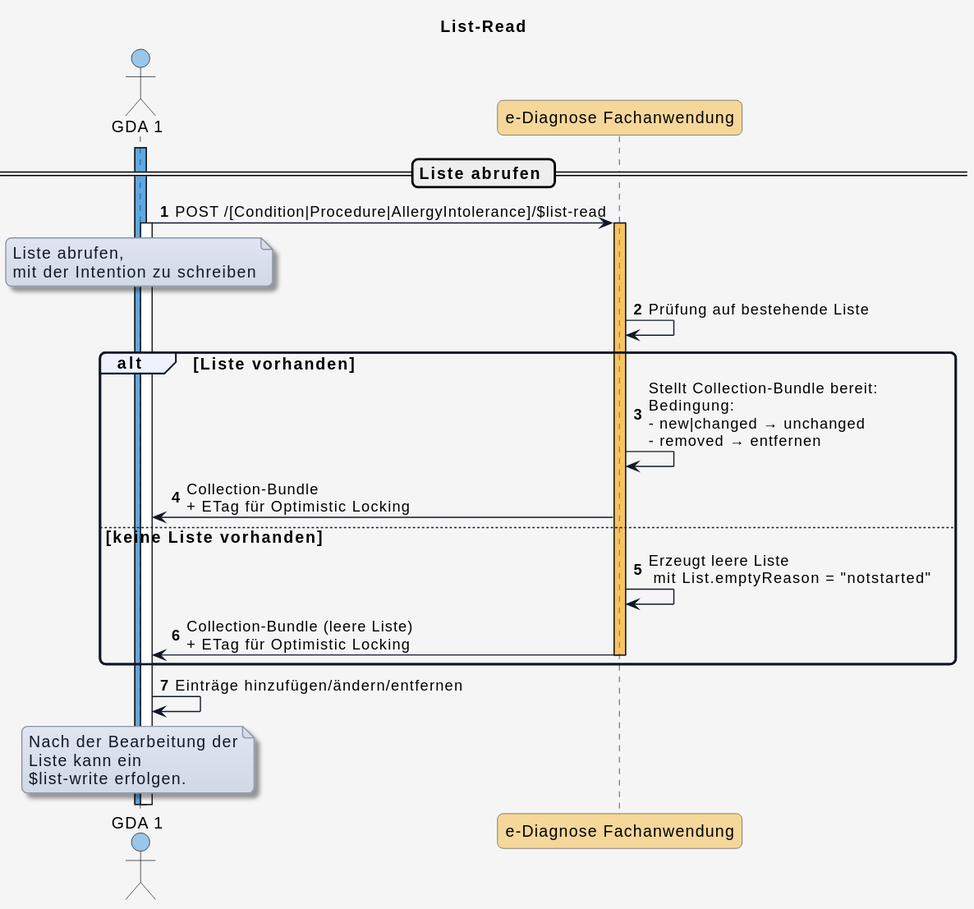
HL7Austria/ELGA-e-Diagnose-R4 keeps this PlantUML diagram as input/images/plantuml/diagram_read.svg. Above is the earlier version.
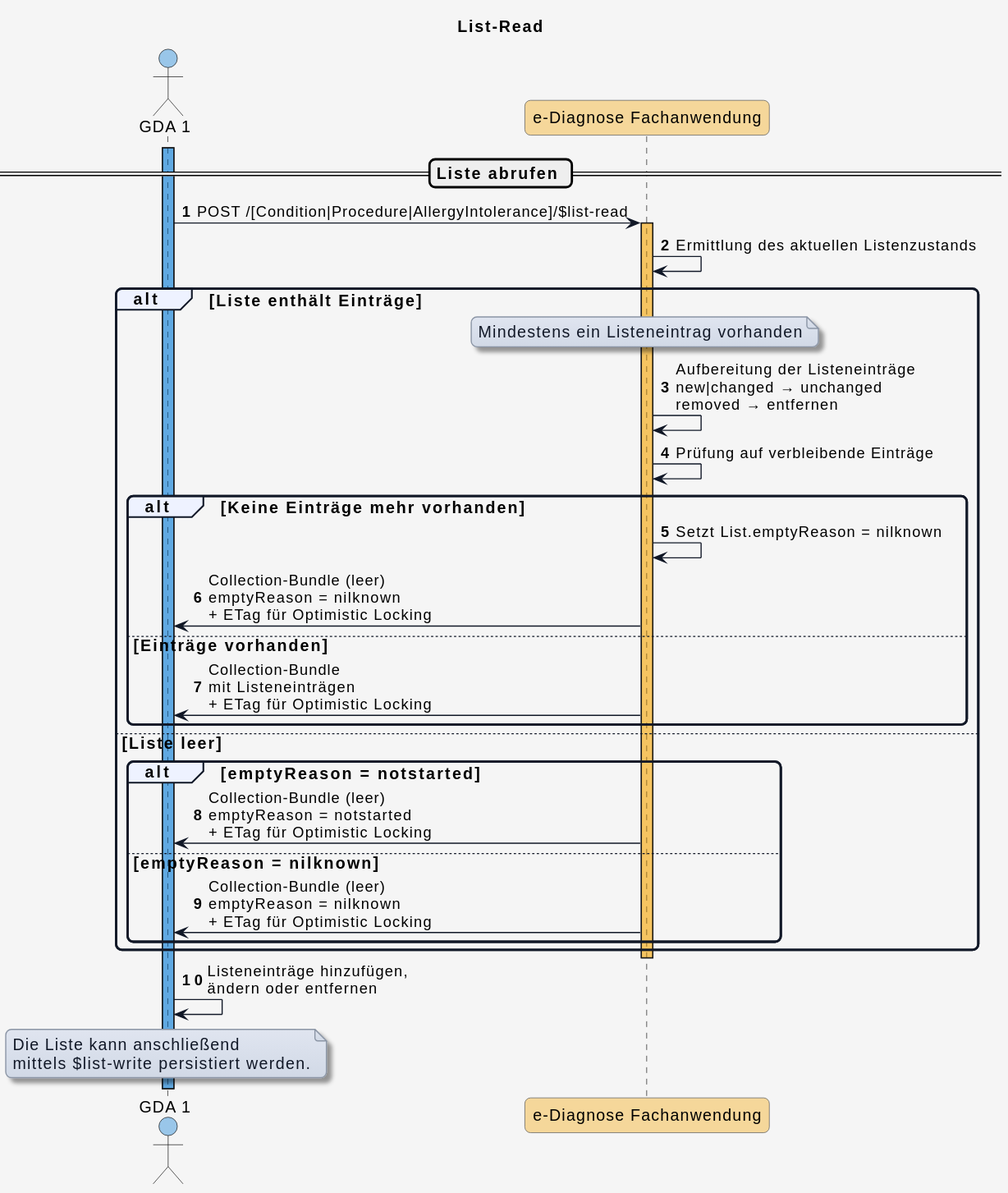
After the change.

Commit message:
update read interaction

What changed in the source:
```diff
@@ -57,31 +57,45 @@
 
 GDA_1 -> eDiag_FA: POST /[Condition|Procedure|AllergyIntolerance]/$list-read
 
-activate GDA_1
+activate eDiag_FA COLOR_DIAG_FA
+
+eDiag_FA -> eDiag_FA: Ermittlung des aktuellen Listenzustands
+
+alt Liste enthält Einträge
+
+note over eDiag_FA
+Mindestens ein Listeneintrag vorhanden
+end note
+
+eDiag_FA -> eDiag_FA: Aufbereitung der Listeneinträge\nnew|changed → unchanged\nremoved → entfernen
+
+eDiag_FA -> eDiag_FA: Prüfung auf verbleibende Einträge
+
+alt Keine Einträge mehr vorhanden
+eDiag_FA -> eDiag_FA: Setzt List.emptyReason = nilknown
+eDiag_FA -> GDA_1: Collection-Bundle (leer)\nemptyReason = nilknown\n+ ETag für Optimistic Locking
+
+else Einträge vorhanden
+eDiag_FA -> GDA_1: Collection-Bundle\nmit Listeneinträgen\n+ ETag für Optimistic Locking
+end
+
+else Liste leer
+
+alt emptyReason = notstarted
+eDiag_FA -> GDA_1: Collection-Bundle (leer)\nemptyReason = notstarted\n+ ETag für Optimistic Locking
+
+else emptyReason = nilknown
+eDiag_FA -> GDA_1: Collection-Bundle (leer)\nemptyReason = nilknown\n+ ETag für Optimistic Locking
+end
+
+end
+
+deactivate eDiag_FA
+
+GDA_1 -> GDA_1: Listeneinträge hinzufügen,\nändern oder entfernen
 
 note over GDA_1
-Liste abrufen,
-mit der Intention zu schreiben
-end note
-
-activate eDiag_FA COLOR_DIAG_FA
-
-eDiag_FA -> eDiag_FA: Prüfung auf bestehende Liste
-
-alt Liste vorhanden
-  eDiag_FA -> eDiag_FA: Stellt Collection-Bundle bereit:\nBedingung:\n- new|changed → unchanged\n- removed → entfernen
-  eDiag_FA -> GDA_1: Collection-Bundle\n+ ETag für Optimistic Locking
-else keine Liste vorhanden
-  eDiag_FA -> eDiag_FA: Erzeugt leere Liste\n mit List.emptyReason = "notstarted"
-  eDiag_FA -> GDA_1: Collection-Bundle (leere Liste)\n+ ETag für Optimistic Locking
-  deactivate eDiag_FA
-end
-
-GDA_1 -> GDA_1: Einträge hinzufügen/ändern/entfernen
-
-note over GDA_1
-Nach der Bearbeitung der
-Liste kann ein
-$list-write erfolgen.
+Die Liste kann anschließend
+mittels $list-write persistiert werden.
 end note
 @enduml
```
